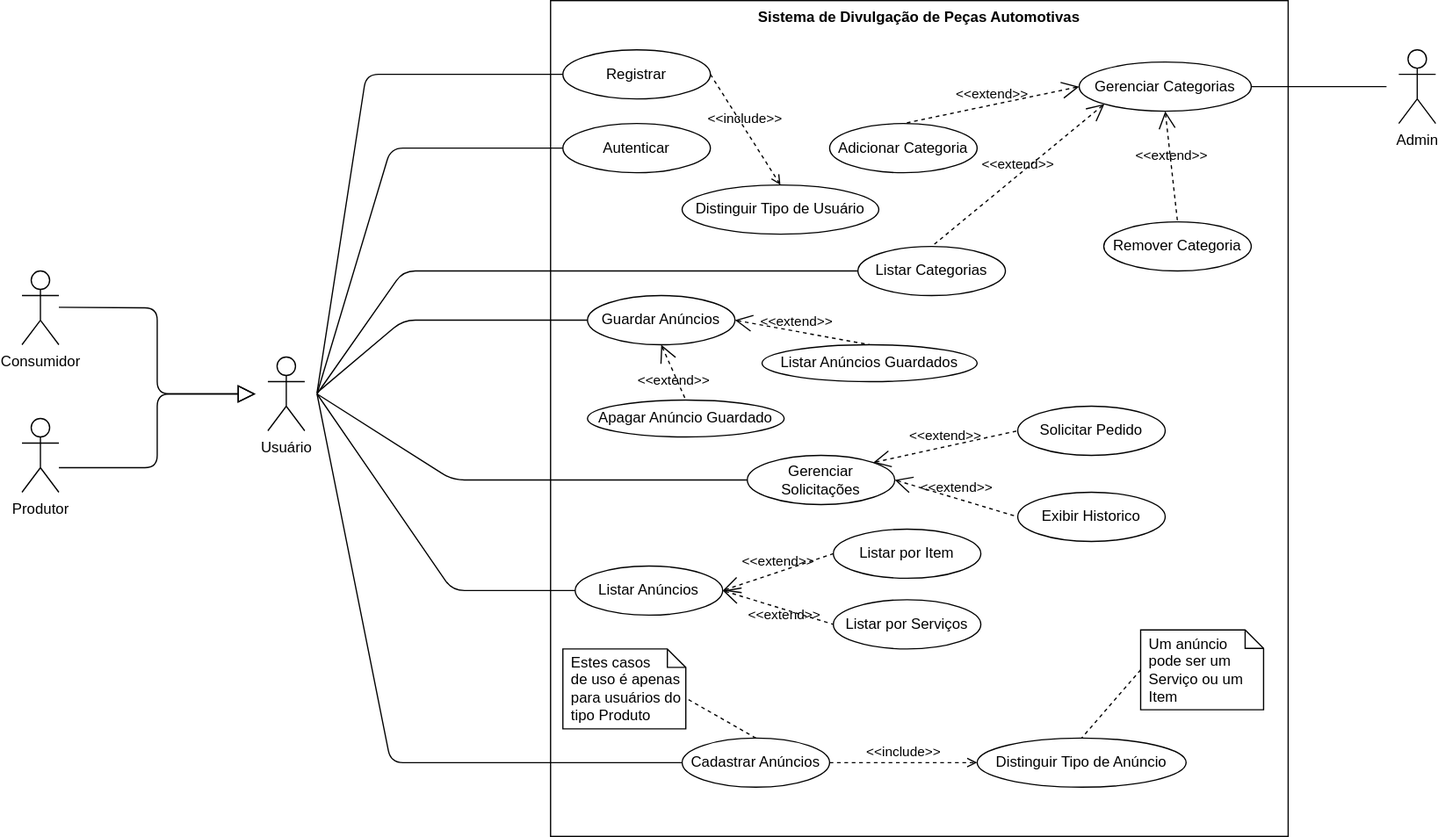
Before: diagramas/CasosUso.drawio.svg, a diagram exported from draw.io (yanturck/carshopservices). Source tidied: cells renumbered, new cells last; positions are measured from the earlier drawing's top-left corner, leaving out a move shared by most shapes.
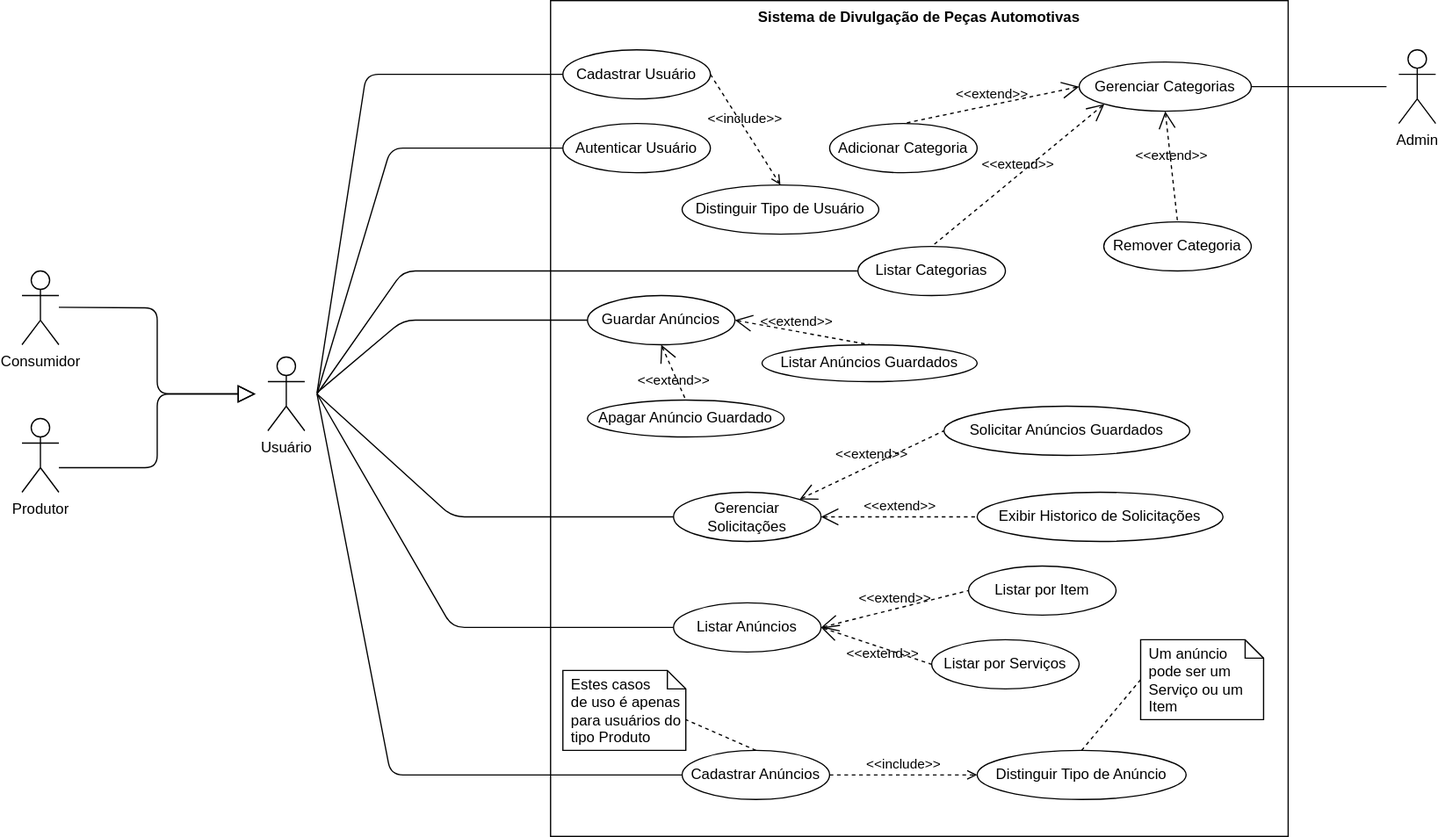
Above is the later version.

Diff of the diagram source:
```diff
@@ -35,7 +35,7 @@
       <mxGeometry x="430" width="600" height="680" as="geometry" />
     </mxCell>
     <mxCell id="8" value="&lt;span style=&quot;font-weight: normal&quot;&gt;Listar Anúncios&lt;/span&gt;" style="shape=ellipse;html=1;strokeWidth=1;fontStyle=1;whiteSpace=wrap;align=center;perimeter=ellipsePerimeter;" parent="1" vertex="1">
-      <mxGeometry x="450" y="460" width="120" height="40" as="geometry" />
+      <mxGeometry x="530" y="490" width="120" height="40" as="geometry" />
     </mxCell>
     <mxCell id="9" value="&lt;span style=&quot;font-weight: normal&quot;&gt;Listar Categorias&lt;/span&gt;" style="shape=ellipse;html=1;strokeWidth=1;fontStyle=1;whiteSpace=wrap;align=center;perimeter=ellipsePerimeter;" parent="1" vertex="1">
       <mxGeometry x="680" y="200" width="120" height="40" as="geometry" />
@@ -43,20 +43,20 @@
     <mxCell id="10" value="&lt;span style=&quot;font-weight: normal&quot;&gt;Distinguir Tipo de Usuário&lt;/span&gt;" style="shape=ellipse;html=1;strokeWidth=1;fontStyle=1;whiteSpace=wrap;align=center;perimeter=ellipsePerimeter;" parent="1" vertex="1">
       <mxGeometry x="537" y="150" width="160" height="40" as="geometry" />
     </mxCell>
-    <mxCell id="11" value="&lt;span style=&quot;font-weight: normal&quot;&gt;Autenticar&lt;/span&gt;" style="shape=ellipse;html=1;strokeWidth=1;fontStyle=1;whiteSpace=wrap;align=center;perimeter=ellipsePerimeter;" parent="1" vertex="1">
+    <mxCell id="11" value="&lt;span style=&quot;font-weight: normal&quot;&gt;Autenticar Usuário&lt;/span&gt;" style="shape=ellipse;html=1;strokeWidth=1;fontStyle=1;whiteSpace=wrap;align=center;perimeter=ellipsePerimeter;" parent="1" vertex="1">
       <mxGeometry x="440" y="100" width="120" height="40" as="geometry" />
     </mxCell>
-    <mxCell id="12" value="&lt;span style=&quot;font-weight: normal&quot;&gt;Registrar&lt;/span&gt;" style="shape=ellipse;html=1;strokeWidth=1;fontStyle=1;whiteSpace=wrap;align=center;perimeter=ellipsePerimeter;" parent="1" vertex="1">
+    <mxCell id="12" value="&lt;span style=&quot;font-weight: normal&quot;&gt;Cadastrar Usuário&lt;/span&gt;" style="shape=ellipse;html=1;strokeWidth=1;fontStyle=1;whiteSpace=wrap;align=center;perimeter=ellipsePerimeter;" parent="1" vertex="1">
       <mxGeometry x="440" y="40" width="120" height="40" as="geometry" />
     </mxCell>
     <mxCell id="13" value="&lt;span style=&quot;font-weight: normal&quot;&gt;Cadastrar Anúncios&lt;/span&gt;" style="shape=ellipse;html=1;strokeWidth=1;fontStyle=1;whiteSpace=wrap;align=center;perimeter=ellipsePerimeter;" parent="1" vertex="1">
-      <mxGeometry x="537" y="600" width="120" height="40" as="geometry" />
+      <mxGeometry x="537" y="610" width="120" height="40" as="geometry" />
     </mxCell>
     <mxCell id="14" value="&lt;span style=&quot;font-weight: 400&quot;&gt;Listar por Item&lt;/span&gt;" style="shape=ellipse;html=1;strokeWidth=1;fontStyle=1;whiteSpace=wrap;align=center;perimeter=ellipsePerimeter;" parent="1" vertex="1">
-      <mxGeometry x="660" y="430" width="120" height="40" as="geometry" />
+      <mxGeometry x="770" y="460" width="120" height="40" as="geometry" />
     </mxCell>
     <mxCell id="15" value="&lt;span style=&quot;font-weight: normal&quot;&gt;Listar por Serviços&lt;/span&gt;" style="shape=ellipse;html=1;strokeWidth=1;fontStyle=1;whiteSpace=wrap;align=center;perimeter=ellipsePerimeter;" parent="1" vertex="1">
-      <mxGeometry x="660" y="487.5" width="120" height="40" as="geometry" />
+      <mxGeometry x="740" y="520" width="120" height="40" as="geometry" />
     </mxCell>
     <mxCell id="16" value="&lt;span style=&quot;font-weight: normal&quot;&gt;Adicionar Categoria&lt;/span&gt;" style="shape=ellipse;html=1;strokeWidth=1;fontStyle=1;whiteSpace=wrap;align=center;perimeter=ellipsePerimeter;" parent="1" vertex="1">
       <mxGeometry x="657" y="100" width="120" height="40" as="geometry" />
@@ -93,7 +93,7 @@
       <mxGeometry relative="1" as="geometry">
         <mxPoint x="240" y="320" as="sourcePoint" />
         <Array as="points">
-          <mxPoint x="350" y="480" />
+          <mxPoint x="350" y="510" />
         </Array>
       </mxGeometry>
     </mxCell>
@@ -101,7 +101,7 @@
       <mxGeometry relative="1" as="geometry">
         <mxPoint x="240" y="320" as="sourcePoint" />
         <Array as="points">
-          <mxPoint x="300" y="620" />
+          <mxPoint x="300" y="630" />
         </Array>
       </mxGeometry>
     </mxCell>
@@ -117,7 +117,7 @@
       <mxGeometry relative="1" as="geometry" />
     </mxCell>
     <mxCell id="27" value="Estes casos&#10;de uso é apenas para usuários do tipo Produto" style="shape=note;size=15;spacingLeft=5;align=left;whiteSpace=wrap;strokeWidth=1;" parent="1" vertex="1">
-      <mxGeometry x="440" y="527.5" width="100" height="65" as="geometry" />
+      <mxGeometry x="440" y="545" width="100" height="65" as="geometry" />
     </mxCell>
     <mxCell id="28" value="Admin" style="shape=umlActor;html=1;verticalLabelPosition=bottom;verticalAlign=top;align=center;strokeWidth=1;" parent="1" vertex="1">
       <mxGeometry x="1120" y="40" width="30" height="60" as="geometry" />
@@ -128,7 +128,7 @@
       </mxGeometry>
     </mxCell>
     <mxCell id="30" value="&lt;span style=&quot;font-weight: normal&quot;&gt;Gerenciar Solicitações&lt;/span&gt;" style="shape=ellipse;html=1;strokeWidth=1;fontStyle=1;whiteSpace=wrap;align=center;perimeter=ellipsePerimeter;" parent="1" vertex="1">
-      <mxGeometry x="590" y="370" width="120" height="40" as="geometry" />
+      <mxGeometry x="530" y="400" width="120" height="40" as="geometry" />
     </mxCell>
     <mxCell id="31" value="&lt;span style=&quot;font-weight: normal&quot;&gt;Guardar Anúncios&lt;/span&gt;" style="shape=ellipse;html=1;strokeWidth=1;fontStyle=1;whiteSpace=wrap;align=center;perimeter=ellipsePerimeter;" parent="1" vertex="1">
       <mxGeometry x="460" y="240" width="120" height="40" as="geometry" />
@@ -148,7 +148,7 @@
       <mxGeometry relative="1" as="geometry">
         <mxPoint x="240" y="320" as="sourcePoint" />
         <Array as="points">
-          <mxPoint x="350" y="390" />
+          <mxPoint x="350" y="420" />
         </Array>
       </mxGeometry>
     </mxCell>
@@ -171,16 +171,16 @@
       <mxGeometry relative="1" as="geometry" />
     </mxCell>
     <mxCell id="41" value="&lt;span style=&quot;font-weight: normal&quot;&gt;Distinguir Tipo de Anúncio&lt;/span&gt;" style="shape=ellipse;html=1;strokeWidth=1;fontStyle=1;whiteSpace=wrap;align=center;perimeter=ellipsePerimeter;" parent="1" vertex="1">
-      <mxGeometry x="777" y="600" width="170" height="40" as="geometry" />
+      <mxGeometry x="777" y="610" width="170" height="40" as="geometry" />
     </mxCell>
     <mxCell id="42" style="edgeStyle=none;html=1;endArrow=none;rounded=0;labelBackgroundColor=none;dashed=1;exitX=0.5;exitY=0;exitDx=0;exitDy=0;entryX=0;entryY=0;entryDx=100;entryDy=40;entryPerimeter=0;" parent="1" edge="1" source="13" target="27">
       <mxGeometry relative="1" as="geometry" />
     </mxCell>
-    <mxCell id="43" value="&lt;span style=&quot;font-weight: normal&quot;&gt;Solicitar Pedido&lt;/span&gt;" style="shape=ellipse;html=1;strokeWidth=1;fontStyle=1;whiteSpace=wrap;align=center;perimeter=ellipsePerimeter;" parent="1" vertex="1">
-      <mxGeometry x="810" y="330" width="120" height="40" as="geometry" />
+    <mxCell id="43" value="&lt;span style=&quot;font-weight: normal&quot;&gt;Solicitar Anúncios Guardados&lt;/span&gt;" style="shape=ellipse;html=1;strokeWidth=1;fontStyle=1;whiteSpace=wrap;align=center;perimeter=ellipsePerimeter;" parent="1" vertex="1">
+      <mxGeometry x="750" y="330" width="200" height="40" as="geometry" />
     </mxCell>
-    <mxCell id="44" value="&lt;span style=&quot;font-weight: normal&quot;&gt;Exibir Historico&lt;/span&gt;" style="shape=ellipse;html=1;strokeWidth=1;fontStyle=1;whiteSpace=wrap;align=center;perimeter=ellipsePerimeter;" parent="1" vertex="1">
-      <mxGeometry x="810" y="400" width="120" height="40" as="geometry" />
+    <mxCell id="44" value="&lt;span style=&quot;font-weight: normal&quot;&gt;Exibir Historico de Solicitações&lt;/span&gt;" style="shape=ellipse;html=1;strokeWidth=1;fontStyle=1;whiteSpace=wrap;align=center;perimeter=ellipsePerimeter;" parent="1" vertex="1">
+      <mxGeometry x="777" y="400" width="200" height="40" as="geometry" />
     </mxCell>
     <mxCell id="45" value="&amp;lt;&amp;lt;extend&amp;gt;&amp;gt;" style="edgeStyle=none;html=1;startArrow=open;endArrow=none;startSize=12;verticalAlign=bottom;dashed=1;labelBackgroundColor=none;entryX=0;entryY=0.5;entryDx=0;entryDy=0;exitX=1;exitY=0;exitDx=0;exitDy=0;" parent="1" edge="1" source="30" target="43">
       <mxGeometry relative="1" as="geometry" />
@@ -192,7 +192,7 @@
       <mxGeometry relative="1" as="geometry" />
     </mxCell>
     <mxCell id="48" value="Um anúncio pode ser um Serviço ou um Item" style="shape=note;size=15;spacingLeft=5;align=left;whiteSpace=wrap;strokeWidth=1;" parent="1" vertex="1">
-      <mxGeometry x="910" y="512" width="100" height="65" as="geometry" />
+      <mxGeometry x="910" y="520" width="100" height="65" as="geometry" />
     </mxCell>
     <mxCell id="49" style="edgeStyle=none;html=1;endArrow=none;rounded=0;labelBackgroundColor=none;dashed=1;exitX=0;exitY=0.5;exitDx=0;exitDy=0;entryX=0.5;entryY=0;entryDx=0;entryDy=0;exitPerimeter=0;" parent="1" edge="1" source="48" target="41">
       <mxGeometry relative="1" as="geometry" />
```
